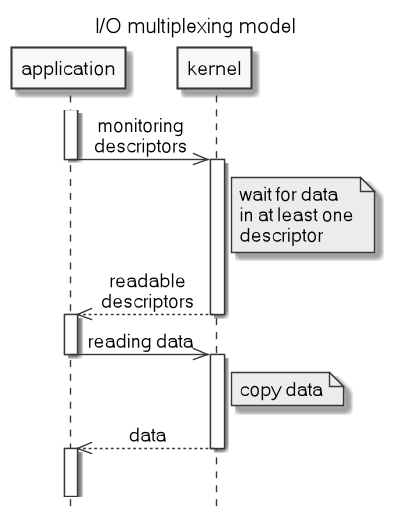
Earlier version of the PlantUML export .images/IO_multiplexing_model.png (c0p4c4b4n4/demo-sockets-io-nio-nio2). Source of this version:
```plantuml
@startuml
scale 1.2
title I/O multiplexing model
hide footbox
skinparam monochrome true
skinparam defaultFontName Microsoft Sans Serif
skinparam titleFontSize 15
skinparam sequenceMessageAlign center
activate application
application->>kernel: monitoring\ndescriptors
deactivate application
activate kernel
Note right of kernel: wait for data\nin at least one\ndescriptor
kernel-->>application: readable\ndescriptors
deactivate kernel
activate application
application->>kernel: reading data
deactivate application
activate kernel
Note right of kernel: copy data
kernel-->>application: data
deactivate kernel
activate application
||12||
kernel -[#white]->]
@enduml
```
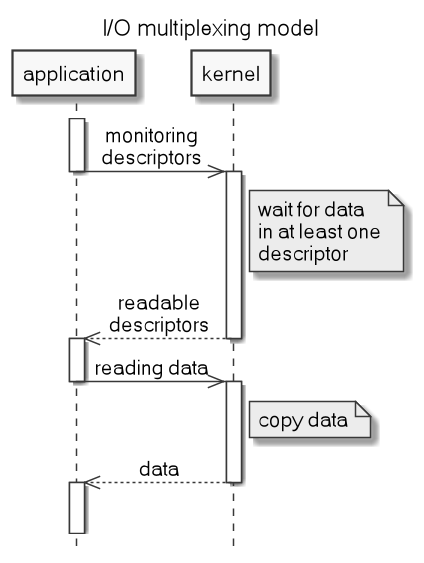
The same file after the commit.

Diff of the diagram source:
```diff
@@ -6,6 +6,7 @@
 skinparam defaultFontName Microsoft Sans Serif
 skinparam titleFontSize 15
 skinparam sequenceMessageAlign center
+
 activate application
 application->>kernel: monitoring\ndescriptors
 deactivate application
@@ -21,6 +22,7 @@
 kernel-->>application: data
 deactivate kernel
 activate application
-||12||
+
+||11||
 kernel -[#white]->]
 @enduml
```
